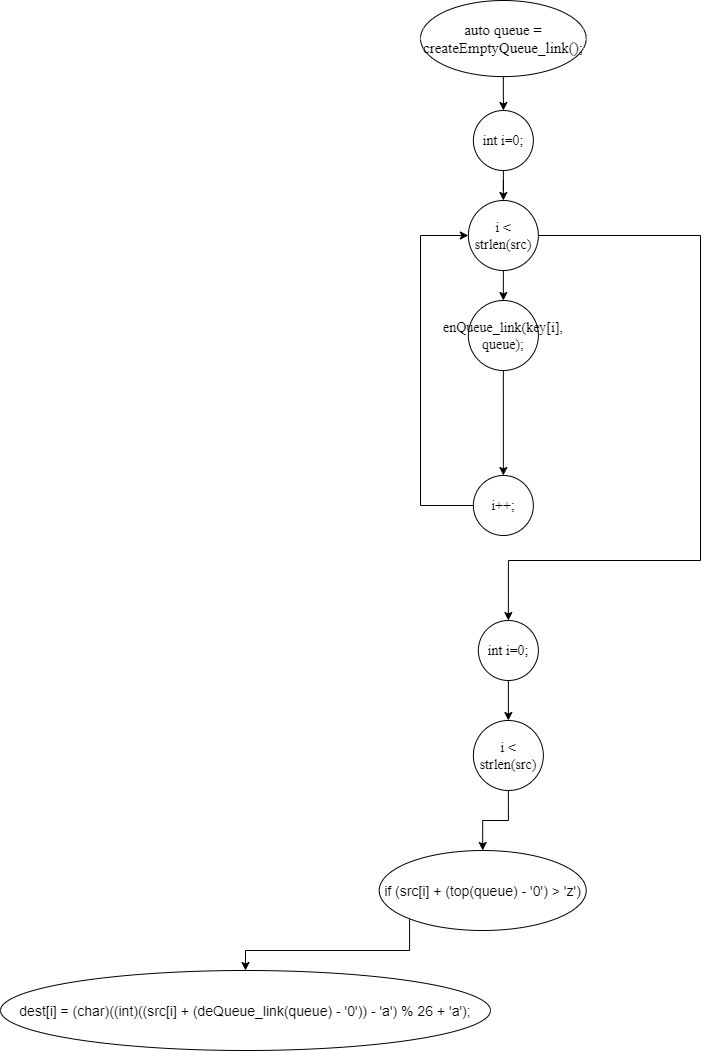
Above: CFG.png in PommesPeter/draw.io_diagram (draw.io), before the change. Source tidied: cells renumbered, new cells last; positions are measured from the earlier drawing's top-left corner, leaving out a move shared by most shapes.
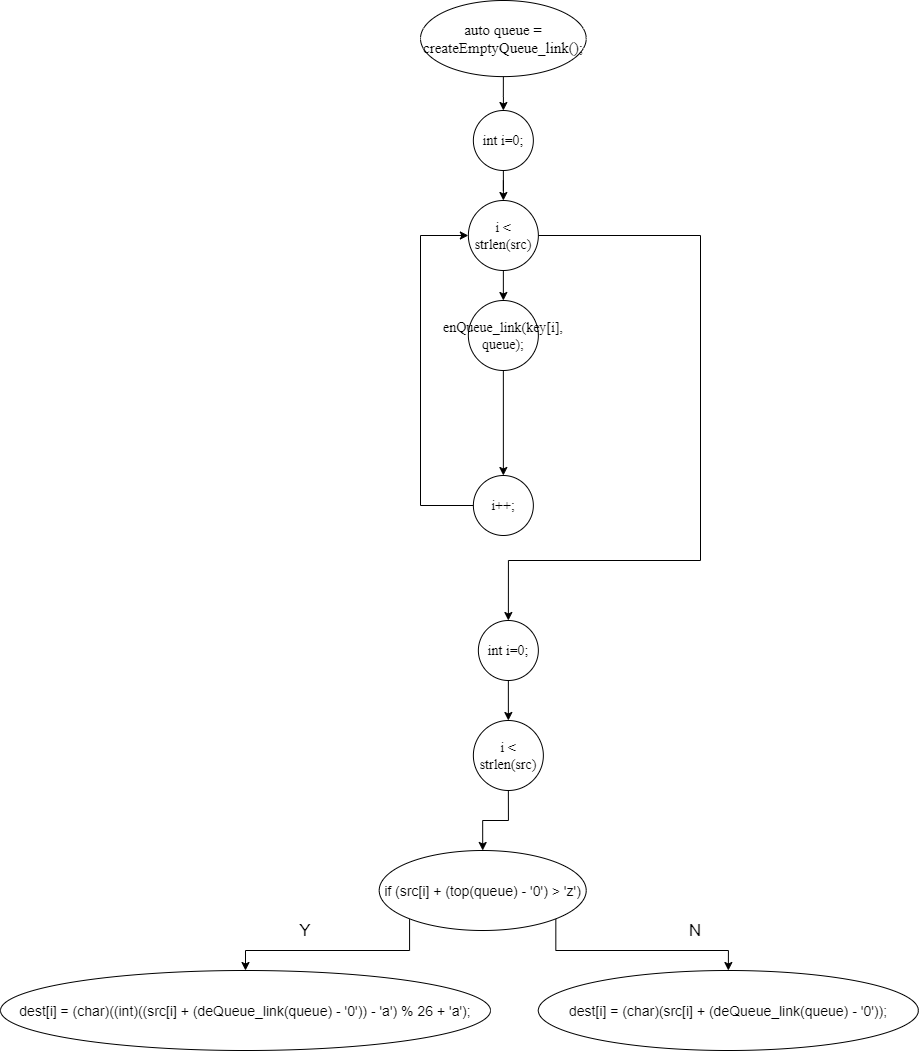
The same file after the commit.

Diff of the diagram source:
```diff
@@ -61,11 +61,23 @@
     <mxCell id="17" style="edgeStyle=orthogonalEdgeStyle;rounded=0;jettySize=auto;html=1;exitX=0;exitY=1;exitDx=0;exitDy=0;entryX=0.5;entryY=0;entryDx=0;entryDy=0;" parent="1" edge="1" source="18" target="19">
       <mxGeometry relative="1" as="geometry" />
     </mxCell>
+    <mxCell id="20" style="edgeStyle=orthogonalEdgeStyle;rounded=0;jettySize=auto;html=1;exitX=1;exitY=1;exitDx=0;exitDy=0;entryX=0.5;entryY=0;entryDx=0;entryDy=0;" parent="1" edge="1" source="18" target="21">
+      <mxGeometry relative="1" as="geometry" />
+    </mxCell>
     <mxCell id="18" value="if (src[i] + (top(queue) - '0') &amp;gt; 'z')" style="ellipse;whiteSpace=wrap;html=1;" parent="1" vertex="1">
       <mxGeometry x="378.7" y="850" width="207" height="80" as="geometry" />
     </mxCell>
     <mxCell id="19" value="dest[i] = (char)((int)((src[i] + (deQueue_link(queue) - '0')) - 'a') % 26 + 'a');" style="ellipse;whiteSpace=wrap;html=1;" parent="1" vertex="1">
       <mxGeometry y="970" width="490" height="80" as="geometry" />
     </mxCell>
+    <mxCell id="21" value="dest[i] = (char)(src[i] + (deQueue_link(queue) - '0'));" style="ellipse;whiteSpace=wrap;html=1;" parent="1" vertex="1">
+      <mxGeometry x="537.9" y="970" width="380" height="80" as="geometry" />
+    </mxCell>
+    <mxCell id="22" value="&lt;font style=&quot;font-size: 17px&quot;&gt;Y&lt;/font&gt;" style="text;html=1;strokeColor=none;fillColor=none;align=center;verticalAlign=middle;whiteSpace=wrap;rounded=0;" parent="1" vertex="1">
+      <mxGeometry x="280" y="920" width="50" height="20" as="geometry" />
+    </mxCell>
+    <mxCell id="23" value="&lt;span style=&quot;font-size: 17px&quot;&gt;N&lt;/span&gt;" style="text;html=1;strokeColor=none;fillColor=none;align=center;verticalAlign=middle;whiteSpace=wrap;rounded=0;" parent="1" vertex="1">
+      <mxGeometry x="670" y="920" width="50" height="20" as="geometry" />
+    </mxCell>
   </root>
 </mxGraphModel>
```
